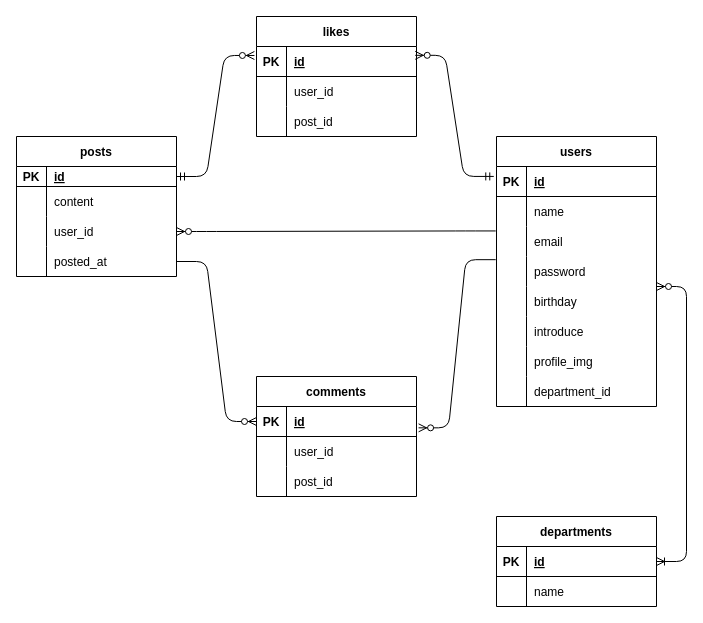
Before: mametiBBS_er_diagram.dio in TetsuyaAzami/mameti_bbs, a draw.io diagram. Source tidied: cells renumbered, new cells numbered last; positions are measured from the earlier drawing's top-left corner, leaving out a move shared by most shapes. Both pictures are drawn from the tidied source at 100%, with x=0, y=0 at pixel (16, 16).
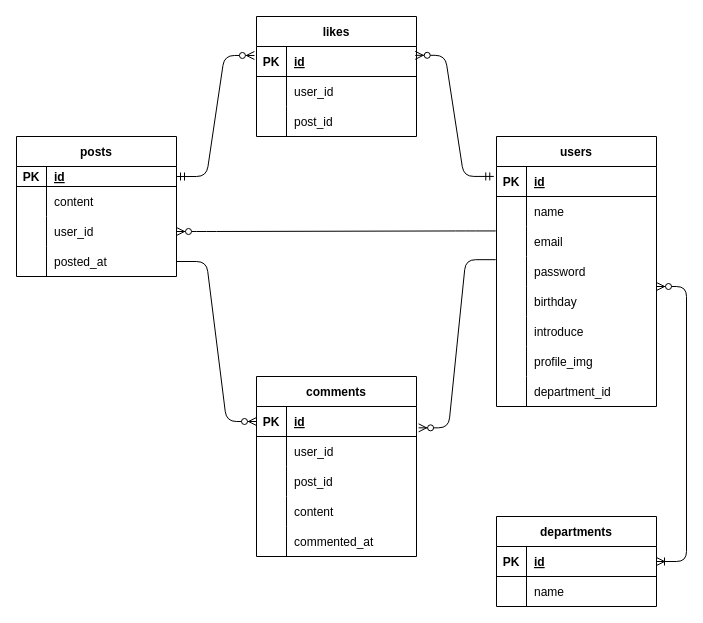
The same diagram, later.

Change to the diagram source:
```diff
@@
     <mxCell id="59" value="comments" style="shape=table;startSize=30;childLayout=tableLayout;rowLines=0;fontStyle=1;align=center;" parent="1" vertex="1">
-      <mxGeometry x="240" y="360" width="160" height="120" as="geometry" />
+      <mxGeometry x="240" y="360" width="160" height="180" as="geometry" />
     </mxCell>
@@
+    <mxCell id="73" style="shape=partialRectangle;fillColor=none;top=0;left=0;bottom=0;right=0;" parent="59" vertex="1">
+      <mxGeometry y="120" width="160" height="30" as="geometry" />
+    </mxCell>
+    <mxCell id="74" style="shape=partialRectangle;fillColor=none;top=0;left=0;bottom=0;right=0;overflow=hidden;" parent="73" vertex="1">
+      <mxGeometry width="30" height="30" as="geometry" />
+    </mxCell>
+    <mxCell id="75" value="content" style="shape=partialRectangle;fillColor=none;top=0;left=0;bottom=0;right=0;align=left;spacingLeft=6;overflow=hidden;" parent="73" vertex="1">
+      <mxGeometry x="30" width="130" height="30" as="geometry" />
+    </mxCell>
+    <mxCell id="76" style="shape=partialRectangle;fillColor=none;top=0;left=0;bottom=0;right=0;" parent="59" vertex="1">
+      <mxGeometry y="150" width="160" height="30" as="geometry" />
+    </mxCell>
+    <mxCell id="77" style="shape=partialRectangle;fillColor=none;top=0;left=0;bottom=0;right=0;overflow=hidden;" parent="76" vertex="1">
+      <mxGeometry width="30" height="30" as="geometry" />
+    </mxCell>
+    <mxCell id="78" value="commented_at" style="shape=partialRectangle;fillColor=none;top=0;left=0;bottom=0;right=0;align=left;spacingLeft=6;overflow=hidden;" parent="76" vertex="1">
+      <mxGeometry x="30" width="130" height="30" as="geometry" />
+    </mxCell>
```
